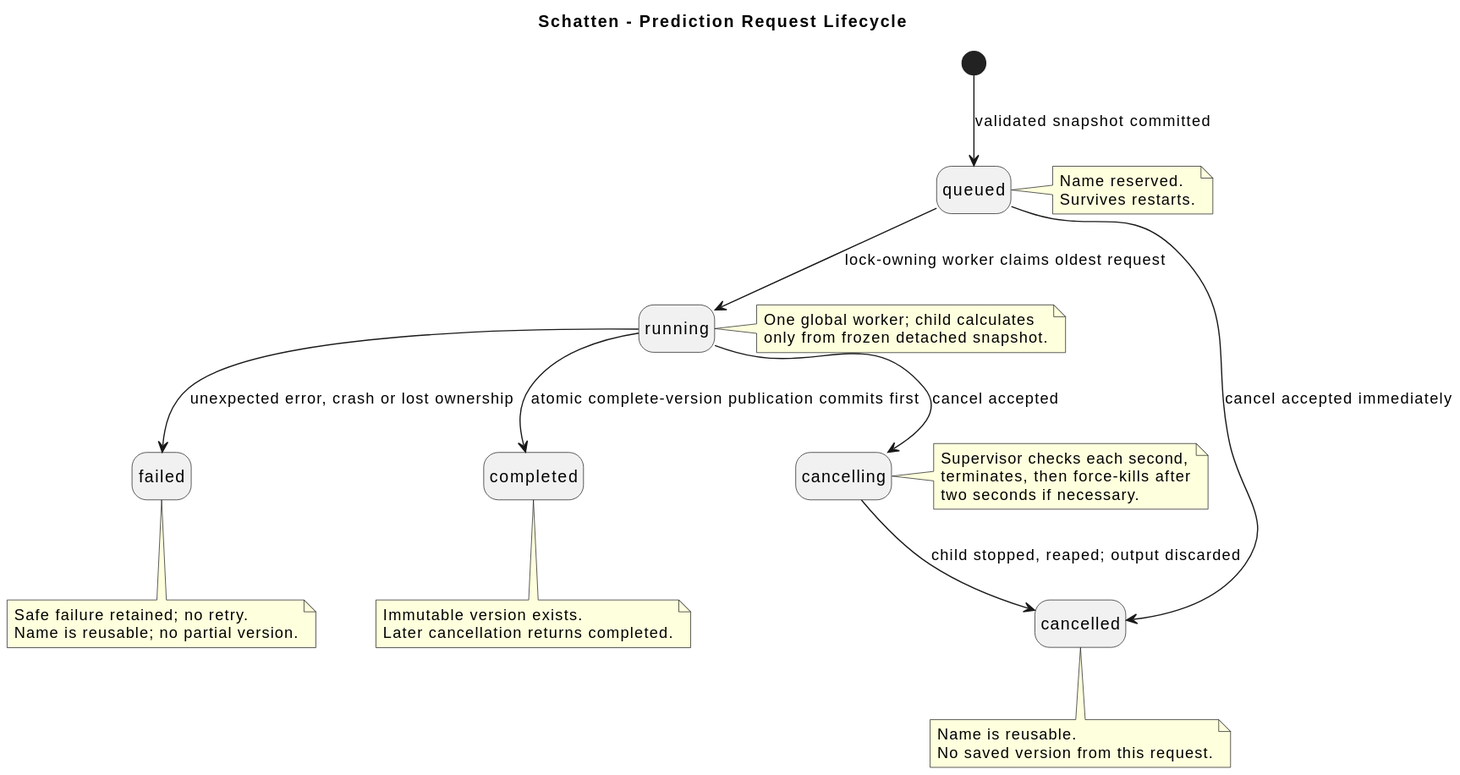
Before: docs/diagrams/generated/state-forecasting-prediction-request.svg, a diagram exported from PlantUML (lupaus-eu/shadow).
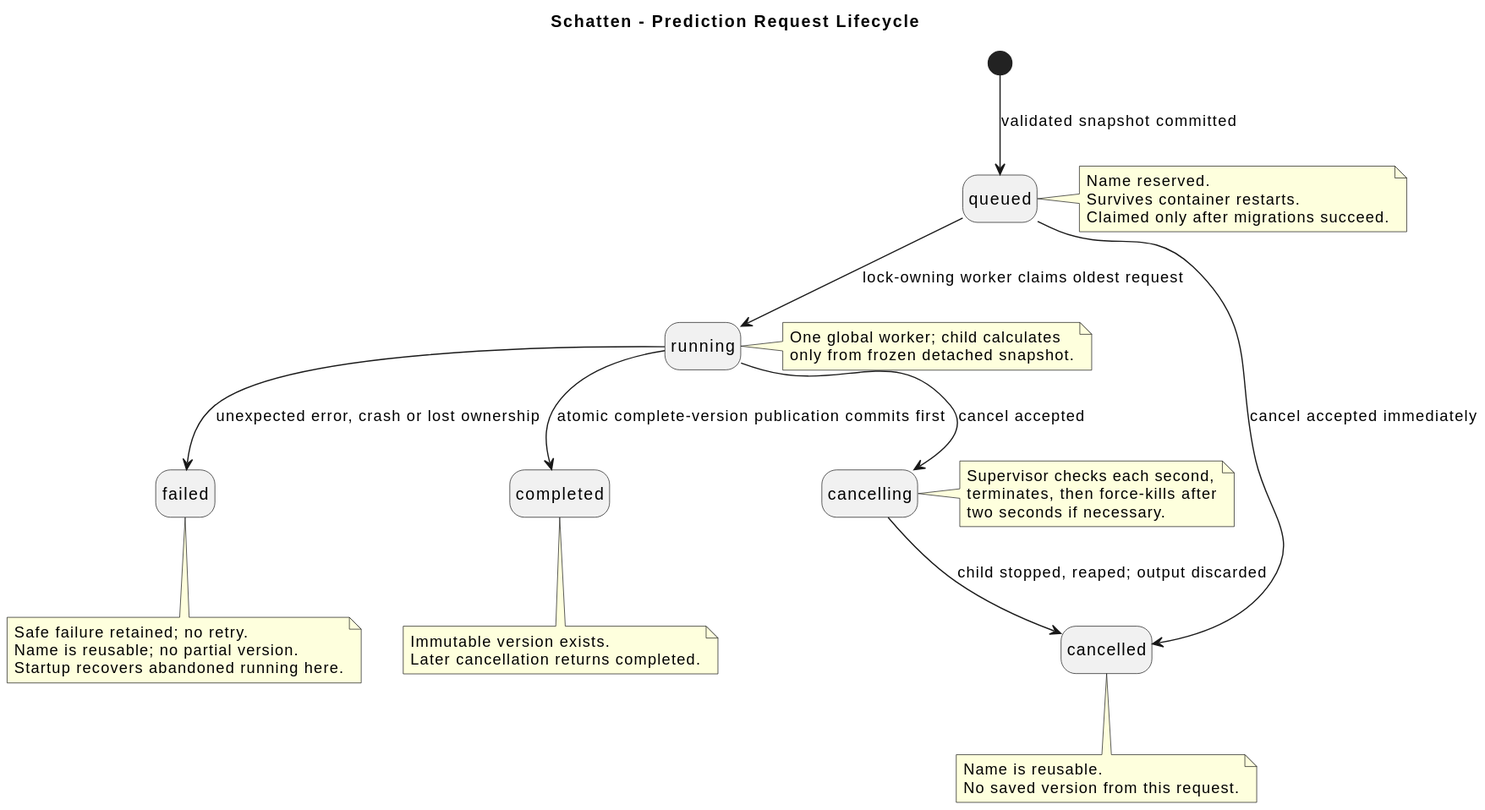
Later version of the same file.

Change to the diagram source:
```diff
@@ -13,7 +13,8 @@
 
 note right of queued
   Name reserved.
-  Survives restarts.
+  Survives container restarts.
+  Claimed only after migrations succeed.
 end note
 
 note right of running
@@ -40,5 +41,6 @@
 note bottom of failed
   Safe failure retained; no retry.
   Name is reusable; no partial version.
+  Startup recovers abandoned running here.
 end note
 @enduml
```
